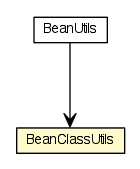
Before: apidocs/org/dayatang/utils/BeanClassUtils.png, a diagram exported from Graphviz (dayatang/dddlib). Its source is kept beside it as apidocs/org/dayatang/utils/BeanClassUtils.dot.
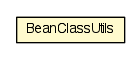
Above is the later version.

The edit, as a diff of the source:
```diff
@@ -4,15 +4,9 @@
 	node [fontname="Helvetica",fontsize=10,shape=plaintext];
 	nodesep=0.25;
 	ranksep=0.5;
-	c26008 [label=<<table title="org.dayatang.utils.BeanUtils" border="0" cellborder="1" cellspacing="0" cellpadding="2" port="p" href="./BeanUtils.html">
-		<tr><td><table border="0" cellspacing="0" cellpadding="1">
-<tr><td align="center" balign="center"> BeanUtils </td></tr>
-		</table></td></tr>
-		</table>>, URL="./BeanUtils.html", fontname="Helvetica", fontcolor="black", fontsize=10.0];
-	c26009 [label=<<table title="org.dayatang.utils.BeanClassUtils" border="0" cellborder="1" cellspacing="0" cellpadding="2" port="p" bgcolor="lemonChiffon" href="./BeanClassUtils.html">
+	c25883 [label=<<table title="org.dayatang.utils.BeanClassUtils" border="0" cellborder="1" cellspacing="0" cellpadding="2" port="p" bgcolor="lemonChiffon" href="./BeanClassUtils.html">
 		<tr><td><table border="0" cellspacing="0" cellpadding="1">
 <tr><td align="center" balign="center"> BeanClassUtils </td></tr>
 		</table></td></tr>
 		</table>>, URL="./BeanClassUtils.html", fontname="Helvetica", fontcolor="black", fontsize=10.0];
-	c26008:p -> c26009:p [taillabel="", label=" "headlabel="", fontname="Helvetica", fontcolor="black", fontsize=10.0, color="black", arrowhead=open];
 }
```
